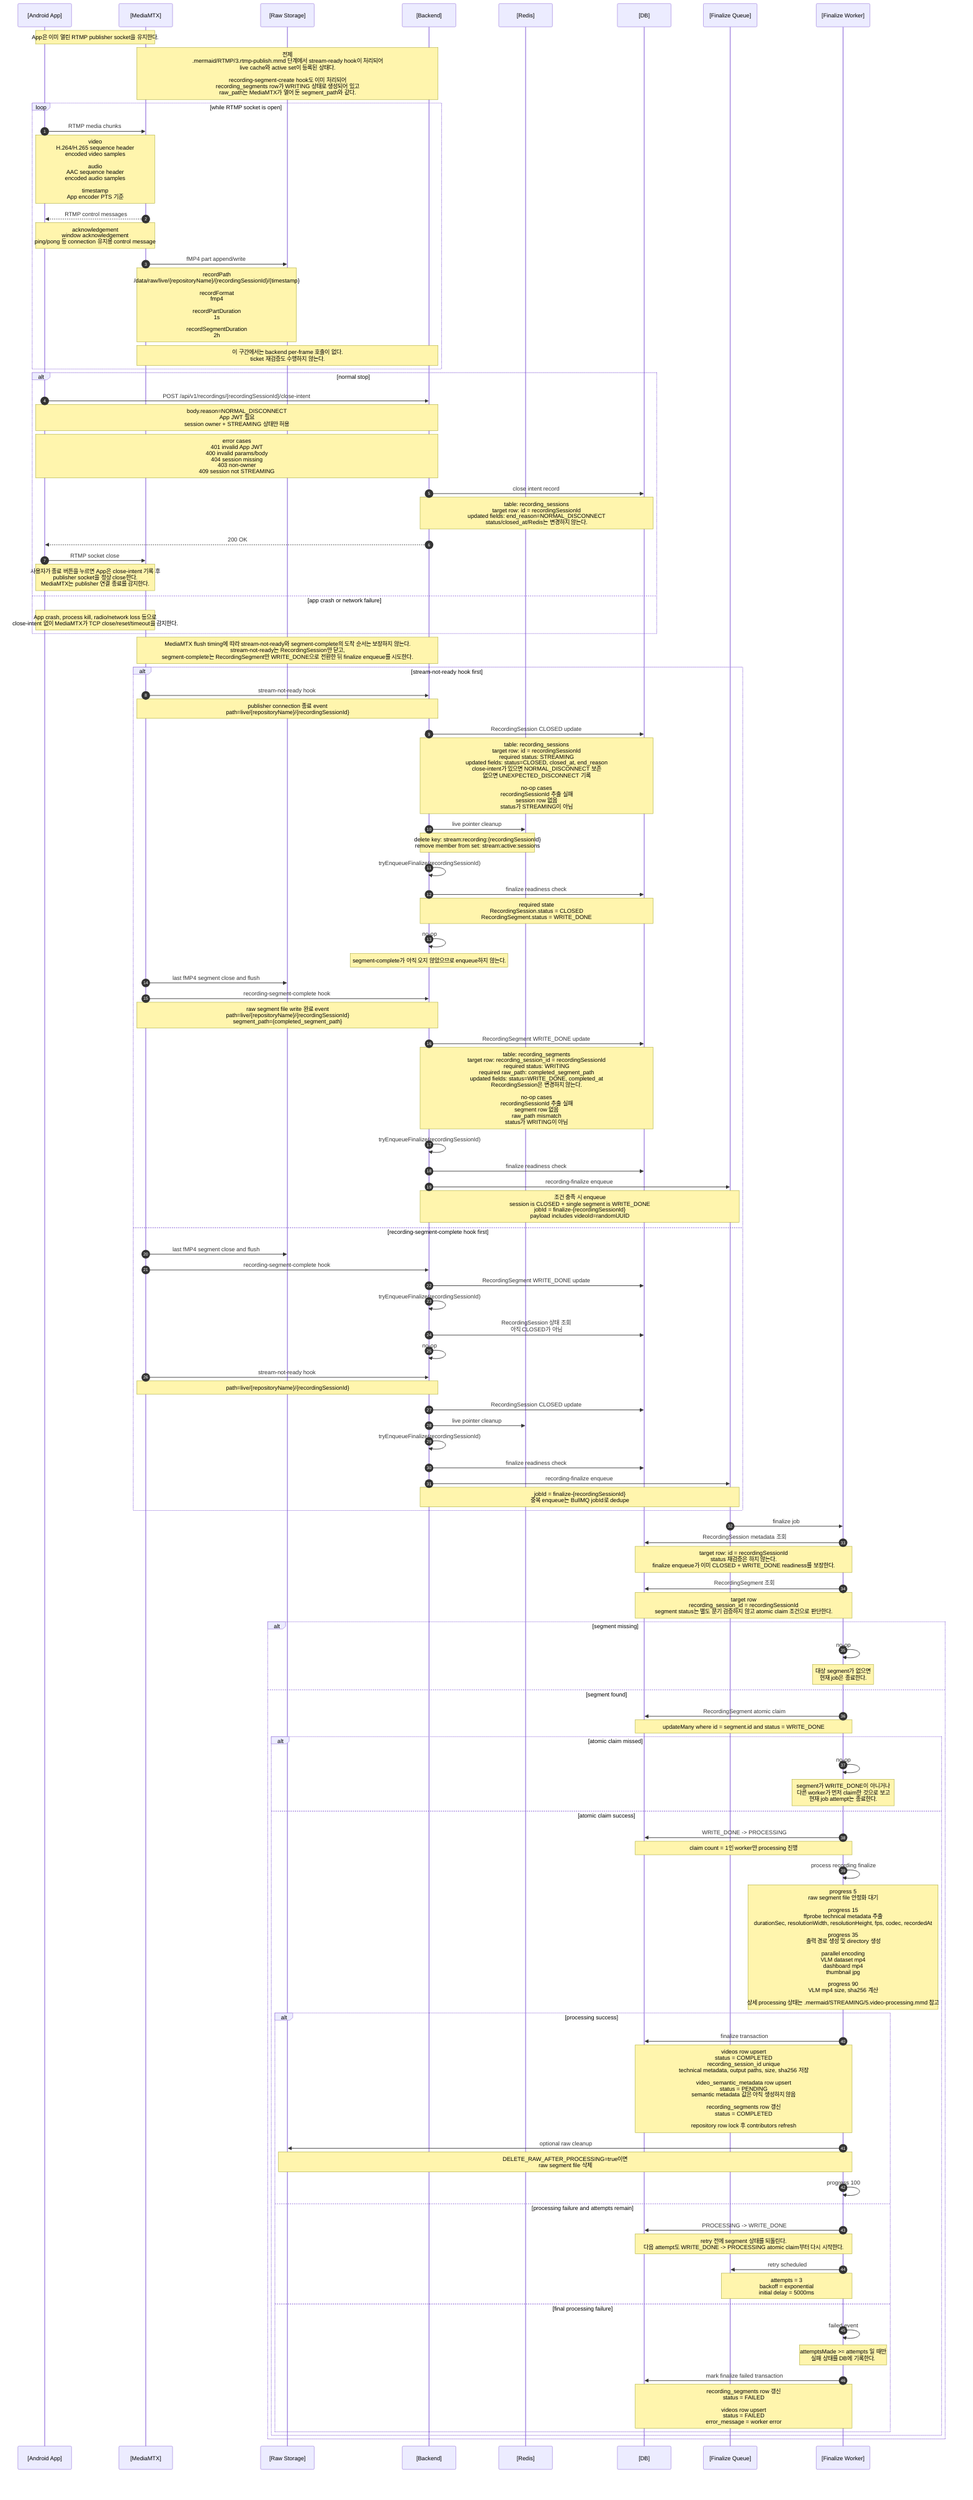
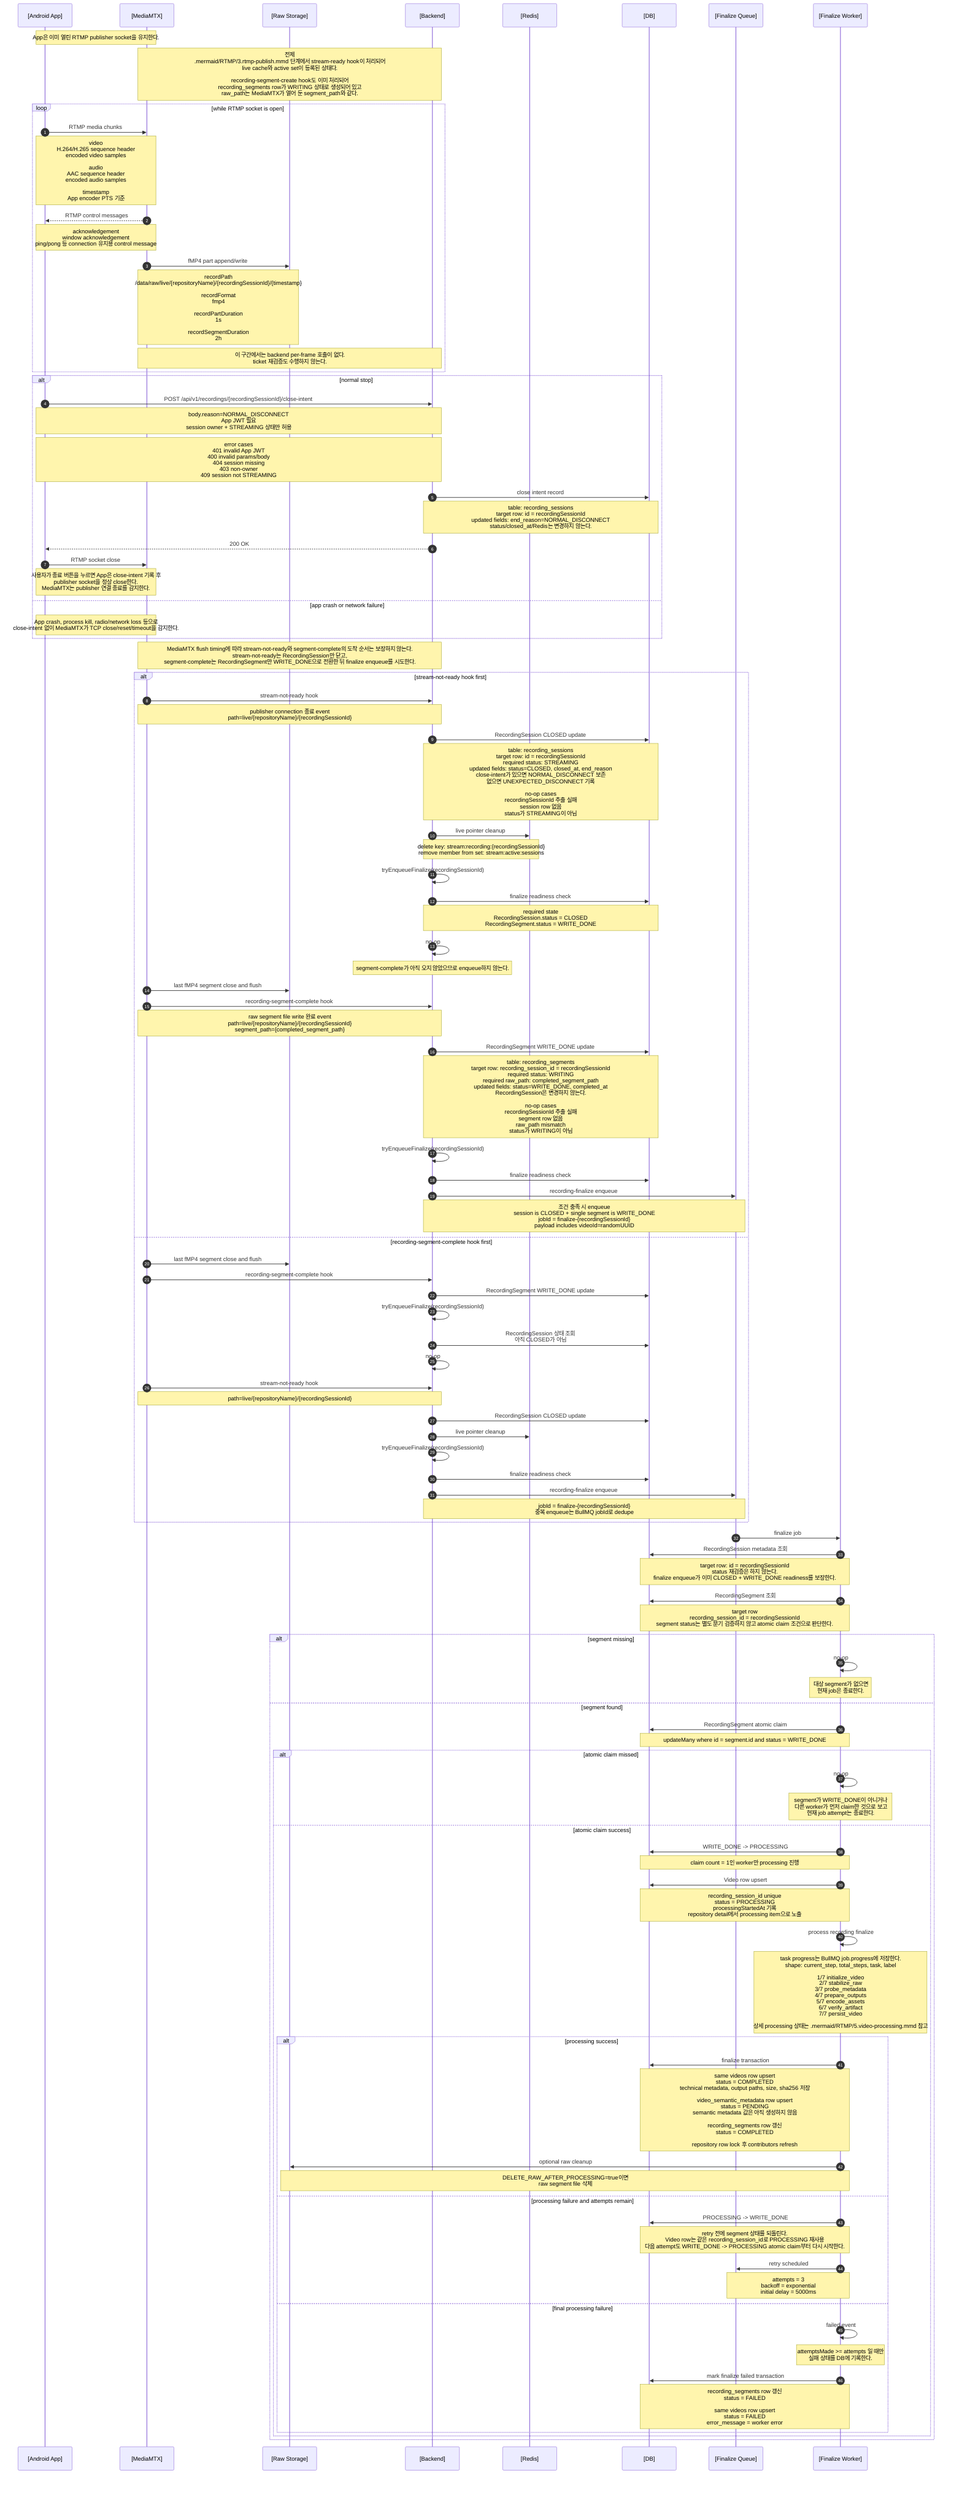
sequenceDiagram
  autonumber
  participant App as [Android App]
  participant MTX as [MediaMTX]
  participant Storage as [Raw Storage]
  participant Backend as [Backend]
  participant Redis as [Redis]
  participant DB as [DB]
  participant Queue as [Finalize Queue]
  participant Worker as [Finalize Worker]

  Note over App,MTX: App은 이미 열린 RTMP publisher socket을 유지한다.
  Note over MTX,Backend: 전제<br/>.mermaid/RTMP/3.rtmp-publish.mmd 단계에서 stream-ready hook이 처리되어<br/>live cache와 active set이 등록된 상태다.<br/><br/>recording-segment-create hook도 이미 처리되어<br/>recording_segments row가 WRITING 상태로 생성되어 있고<br/>raw_path는 MediaMTX가 열어 둔 segment_path와 같다.

  loop while RTMP socket is open
    App->>MTX: RTMP media chunks
    Note over App,MTX: video<br/>H.264/H.265 sequence header<br/>encoded video samples<br/><br/>audio<br/>AAC sequence header<br/>encoded audio samples<br/><br/>timestamp<br/>App encoder PTS 기준

    MTX-->>App: RTMP control messages
    Note over MTX,App: acknowledgement<br/>window acknowledgement<br/>ping/pong 등 connection 유지용 control message

    MTX->>Storage: fMP4 part append/write
    Note over MTX,Storage: recordPath<br/>/data/raw/live/{repositoryName}/{recordingSessionId}/{timestamp}<br/><br/>recordFormat<br/>fmp4<br/><br/>recordPartDuration<br/>1s<br/><br/>recordSegmentDuration<br/>2h

    Note over MTX,Backend: 이 구간에서는 backend per-frame 호출이 없다.<br/>ticket 재검증도 수행하지 않는다.
  end

  alt normal stop
    App->>Backend: POST /api/v1/recordings/{recordingSessionId}/close-intent
    Note over App,Backend: body.reason=NORMAL_DISCONNECT<br/>App JWT 필요<br/>session owner + STREAMING 상태만 허용
    Note over App,Backend: error cases<br/>401 invalid App JWT<br/>400 invalid params/body<br/>404 session missing<br/>403 non-owner<br/>409 session not STREAMING
    Backend->>DB: close intent record
    Note over Backend,DB: table: recording_sessions<br/>target row: id = recordingSessionId<br/>updated fields: end_reason=NORMAL_DISCONNECT<br/>status/closed_at/Redis는 변경하지 않는다.
    Backend-->>App: 200 OK

    App->>MTX: RTMP socket close
    Note over App,MTX: 사용자가 종료 버튼을 누르면 App은 close-intent 기록 후<br/>publisher socket을 정상 close한다.<br/>MediaMTX는 publisher 연결 종료를 감지한다.
  else app crash or network failure
    Note over App,MTX: App crash, process kill, radio/network loss 등으로<br/>close-intent 없이 MediaMTX가 TCP close/reset/timeout을 감지한다.
  end

  Note over MTX,Backend: MediaMTX flush timing에 따라 stream-not-ready와 segment-complete의 도착 순서는 보장하지 않는다.<br/>stream-not-ready는 RecordingSession만 닫고,<br/>segment-complete는 RecordingSegment만 WRITE_DONE으로 전환한 뒤 finalize enqueue를 시도한다.

  alt stream-not-ready hook first
    MTX->>Backend: stream-not-ready hook
    Note over MTX,Backend: publisher connection 종료 event<br/>path=live/{repositoryName}/{recordingSessionId}

    Backend->>DB: RecordingSession CLOSED update
    Note over Backend,DB: table: recording_sessions<br/>target row: id = recordingSessionId<br/>required status: STREAMING<br/>updated fields: status=CLOSED, closed_at, end_reason<br/>close-intent가 있으면 NORMAL_DISCONNECT 보존<br/>없으면 UNEXPECTED_DISCONNECT 기록<br/><br/>no-op cases<br/>recordingSessionId 추출 실패<br/>session row 없음<br/>status가 STREAMING이 아님

    Backend->>Redis: live pointer cleanup
    Note over Backend,Redis: delete key: stream:recording:{recordingSessionId}<br/>remove member from set: stream:active:sessions

    Backend->>Backend: tryEnqueueFinalize(recordingSessionId)
    Backend->>DB: finalize readiness check
    Note over Backend,DB: required state<br/>RecordingSession.status = CLOSED<br/>RecordingSegment.status = WRITE_DONE

    Backend->>Backend: no-op
    Note over Backend: segment-complete가 아직 오지 않았으므로 enqueue하지 않는다.

    MTX->>Storage: last fMP4 segment close and flush
    MTX->>Backend: recording-segment-complete hook
    Note over MTX,Backend: raw segment file write 완료 event<br/>path=live/{repositoryName}/{recordingSessionId}<br/>segment_path={completed_segment_path}

    Backend->>DB: RecordingSegment WRITE_DONE update
    Note over Backend,DB: table: recording_segments<br/>target row: recording_session_id = recordingSessionId<br/>required status: WRITING<br/>required raw_path: completed_segment_path<br/>updated fields: status=WRITE_DONE, completed_at<br/>RecordingSession은 변경하지 않는다.<br/><br/>no-op cases<br/>recordingSessionId 추출 실패<br/>segment row 없음<br/>raw_path mismatch<br/>status가 WRITING이 아님

    Backend->>Backend: tryEnqueueFinalize(recordingSessionId)
    Backend->>DB: finalize readiness check
    Backend->>Queue: recording-finalize enqueue
    Note over Backend,Queue: 조건 충족 시 enqueue<br/>session is CLOSED + single segment is WRITE_DONE<br/>jobId = finalize-{recordingSessionId}<br/>payload includes videoId=randomUUID

  else recording-segment-complete hook first
    MTX->>Storage: last fMP4 segment close and flush
    MTX->>Backend: recording-segment-complete hook
    Backend->>DB: RecordingSegment WRITE_DONE update
    Backend->>Backend: tryEnqueueFinalize(recordingSessionId)
    Backend->>DB: RecordingSession 상태 조회<br/>아직 CLOSED가 아님
    Backend->>Backend: no-op

    MTX->>Backend: stream-not-ready hook
    Note over MTX,Backend: path=live/{repositoryName}/{recordingSessionId}
    Backend->>DB: RecordingSession CLOSED update
    Backend->>Redis: live pointer cleanup
    Backend->>Backend: tryEnqueueFinalize(recordingSessionId)
    Backend->>DB: finalize readiness check
    Backend->>Queue: recording-finalize enqueue
    Note over Backend,Queue: jobId = finalize-{recordingSessionId}<br/>중복 enqueue는 BullMQ jobId로 dedupe
  end

  Queue->>Worker: finalize job
  Worker->>DB: RecordingSession metadata 조회
  Note over Worker,DB: target row: id = recordingSessionId<br/>status 재검증은 하지 않는다.<br/>finalize enqueue가 이미 CLOSED + WRITE_DONE readiness를 보장한다.

  Worker->>DB: RecordingSegment 조회
  Note over Worker,DB: target row<br/>recording_session_id = recordingSessionId<br/>segment status는 별도 분기 검증하지 않고 atomic claim 조건으로 판단한다.

  alt segment missing
    Worker->>Worker: no-op
    Note over Worker: 대상 segment가 없으면<br/>현재 job은 종료한다.
  else segment found
    Worker->>DB: RecordingSegment atomic claim
    Note over Worker,DB: updateMany where id = segment.id and status = WRITE_DONE

    alt atomic claim missed
      Worker->>Worker: no-op
      Note over Worker: segment가 WRITE_DONE이 아니거나<br/>다른 worker가 먼저 claim한 것으로 보고<br/>현재 job attempt는 종료한다.
    else atomic claim success
      Worker->>DB: WRITE_DONE -> PROCESSING
      Note over Worker,DB: claim count = 1인 worker만 processing 진행

+       Worker->>DB: Video row upsert
+       Note over Worker,DB: recording_session_id unique<br/>status = PROCESSING<br/>processingStartedAt 기록<br/>repository detail에서 processing item으로 노출
+ 
      Worker->>Worker: process recording finalize
-       Note over Worker: progress 5<br/>raw segment file 안정화 대기<br/><br/>progress 15<br/>ffprobe technical metadata 추출<br/>durationSec, resolutionWidth, resolutionHeight, fps, codec, recordedAt<br/><br/>progress 35<br/>출력 경로 생성 및 directory 생성<br/><br/>parallel encoding<br/>VLM dataset mp4<br/>dashboard mp4<br/>thumbnail jpg<br/><br/>progress 90<br/>VLM mp4 size, sha256 계산<br/><br/>상세 processing 상태는 .mermaid/STREAMING/5.video-processing.mmd 참고
+       Note over Worker: task progress는 BullMQ job.progress에 저장한다.<br/>shape: current_step, total_steps, task, label<br/><br/>1/7 initialize_video<br/>2/7 stabilize_raw<br/>3/7 probe_metadata<br/>4/7 prepare_outputs<br/>5/7 encode_assets<br/>6/7 verify_artifact<br/>7/7 persist_video<br/><br/>상세 processing 상태는 .mermaid/RTMP/5.video-processing.mmd 참고

      alt processing success
        Worker->>DB: finalize transaction
-         Note over Worker,DB: videos row upsert<br/>status = COMPLETED<br/>recording_session_id unique<br/>technical metadata, output paths, size, sha256 저장<br/><br/>video_semantic_metadata row upsert<br/>status = PENDING<br/>semantic metadata 값은 아직 생성하지 않음<br/><br/>recording_segments row 갱신<br/>status = COMPLETED<br/><br/>repository row lock 후 contributors refresh
+         Note over Worker,DB: same videos row upsert<br/>status = COMPLETED<br/>technical metadata, output paths, size, sha256 저장<br/><br/>video_semantic_metadata row upsert<br/>status = PENDING<br/>semantic metadata 값은 아직 생성하지 않음<br/><br/>recording_segments row 갱신<br/>status = COMPLETED<br/><br/>repository row lock 후 contributors refresh
        Worker->>Storage: optional raw cleanup
        Note over Worker,Storage: DELETE_RAW_AFTER_PROCESSING=true이면<br/>raw segment file 삭제
-         Worker->>Worker: progress 100
      else processing failure and attempts remain
        Worker->>DB: PROCESSING -> WRITE_DONE
-         Note over Worker,DB: retry 전에 segment 상태를 되돌린다.<br/>다음 attempt도 WRITE_DONE -> PROCESSING atomic claim부터 다시 시작한다.
+         Note over Worker,DB: retry 전에 segment 상태를 되돌린다.<br/>Video row는 같은 recording_session_id로 PROCESSING 재사용<br/>다음 attempt도 WRITE_DONE -> PROCESSING atomic claim부터 다시 시작한다.
        Worker->>Queue: retry scheduled
        Note over Worker,Queue: attempts = 3<br/>backoff = exponential<br/>initial delay = 5000ms
      else final processing failure
        Worker->>Worker: failed event
        Note over Worker: attemptsMade >= attempts 일 때만<br/>실패 상태를 DB에 기록한다.
        Worker->>DB: mark finalize failed transaction
-         Note over Worker,DB: recording_segments row 갱신<br/>status = FAILED<br/><br/>videos row upsert<br/>status = FAILED<br/>error_message = worker error
+         Note over Worker,DB: recording_segments row 갱신<br/>status = FAILED<br/><br/>same videos row upsert<br/>status = FAILED<br/>error_message = worker error
      end
    end
  end

%% 참고:
%% 이 문서는 live cache 저장 이후 실제 RTMP media 전송,
%% publisher socket 종료, stream-not-ready/segment-complete hook, finalize enqueue까지 다룬다.
%% App 변경 필요:
%% App의 stop 버튼은 legacy Stop API를 호출하지 않는다.
%% App의 stop 버튼은 RTMP publisher connection을 바로 닫기 전에
%% POST /api/v1/recordings/{recordingSessionId}/close-intent 를 호출해야 한다.
%% close-intent body는 { "reason": "NORMAL_DISCONNECT" } 만 보낸다.
%% close-intent 200 OK 이후 RTMP publisher connection을 정상 close한다.
%% close-intent 호출 실패 또는 app crash/network failure로 close-intent가 누락되면
%% backend는 stream-not-ready/reconcile 시 UNEXPECTED_DISCONNECT로 기록한다.
%% stream-not-ready hook payload만으로 정상 close와 crash/reset/timeout을 정확히 구분하지 않는다.
%% close-intent가 먼저 도착한 경우 stream-not-ready는 NORMAL_DISCONNECT를 보존한다.
%% close-intent 없이 stream-not-ready가 도착하거나 MediaMTX active path missing을 reconcile이 감지하면 UNEXPECTED_DISCONNECT로 기록한다.
%% 현재 구조에서는 App이 단일 recording session을 짧게 유지하는 전제이므로
%% 정상 흐름의 segment rollover는 별도로 다루지 않는다.
%% finalize job 중복 enqueue는 jobId=finalize-{recordingSessionId}로 dedupe된다.
%% worker는 session status와 existing Video를 사전 재검증하지 않는다.
%% 처리 권한은 RecordingSegment WRITE_DONE -> PROCESSING atomic claim으로 보장한다.
%% 성공 시 videos row는 recording_session_id unique key 기준 upsert한다. 이는 현재 코드 기준 의도된 동작이다.
%% semantic metadata는 video_semantic_metadata 별도 table에서 status/data를 관리한다.
%% WRITE_DONE segment를 reconcile에서 다시 찾아 enqueue하는 보정 loop는 두지 않는다.
%% retry 가능한 worker 실패에서는 PROCESSING을 WRITE_DONE으로 되돌린 뒤 BullMQ retry에 맡긴다.
%% recording-finalize queue option: attempts=3, exponential backoff delay=5000ms, removeOnComplete=1000, removeOnFail=2000.
%% segment-complete hook 누락 복구는 현재 하지 않는다. segment-complete가 오지 않으면 WRITING segment는 finalize 대상이 아니다.
%% pain point: worker process crash, OOM, host kill처럼 catch/failed handler가 실행되지 않는 장애에서는 PROCESSING -> WRITE_DONE reset이 누락될 수 있다.
%% 현재 단계에서는 stale PROCESSING 복구를 구현하지 않는다. 필요해지면 reconcile 또는 processing lease 기반 복구를 추가해야 한다.
- %% worker processing의 상세 구현 상태와 VLM semantic metadata 확장 지점은 .mermaid/STREAMING/5.video-processing.mmd에서 다룬다.
+ %% worker processing의 상세 구현 상태와 VLM semantic metadata 확장 지점은 .mermaid/RTMP/5.video-processing.mmd에서 다룬다.
